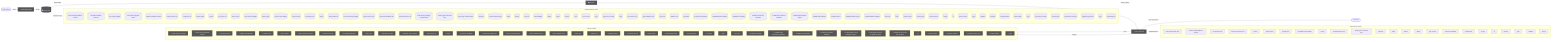
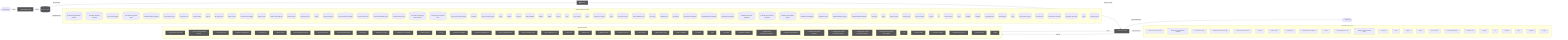
flowchart LR
  UserQ(["👤 User Query"])
  Embed["📐 Embedding Model"]
  VecDB[("📚 Vector Store")]
  Retriever["🔍 Retriever"]
  LLMNode["🧠 LLM / Generator"]
  Output(["✅ Response"])
  UserQ -->|query| Embed
  Embed -->|vector| VecDB
  VecDB -->|top-k chunks| Retriever
  Retriever -->|context + query| LLMNode
  LLMNode -->|generated answer| Output
  subgraph DetectedMemory["Detected memory stores"]
    det_detectedmemory_check_steering_feedback_contract_80134459[("check-steering-feedback-contract")]
    det_detectedmemory_normalize_workflow_contracts_8701f1c8[("normalize-workflow-contracts")]
    det_detectedmemory_sync_codex_preflight_7e7a8dc2[("sync-codex-preflight")]
    det_detectedmemory_test_harness_upgrade_matrix_84113c4e[("test-harness-upgrade-matrix")]
    det_detectedmemory_validate_workflow_contracts_33dc063c[("validate-workflow-contracts")]
    det_detectedmemory_branch_protect_core_a8feb0fd[("branch-protect-core")]
    det_detectedmemory_ci_migrate_core_7005b5af[("ci-migrate-core")]
    det_detectedmemory_context_health_80bb7da9[("context-health")]
    det_detectedmemory_context_ea7792a2[("context")]
    det_detectedmemory_docs_gate_core_eb9b6c18[("docs-gate-core")]
    det_detectedmemory_index_context_de3ed39d[("index-context")]
    det_detectedmemory_local_memory_preflight_dcc36c42[("local-memory-preflight")]
    det_detectedmemory_memory_gate_a577a506[("memory-gate")]
    det_detectedmemory_pattern_scope_siblings_43abe000[("pattern-scope-siblings")]
    det_detectedmemory_review_context_ca6cf81d[("review-context")]
    det_detectedmemory_review_gate_core_4c8001f9[("review-gate-core")]
    det_detectedmemory_search_24193290[("search")]
    det_detectedmemory_tooling_audit_core_328d6a41[("tooling-audit-core")]
    det_detectedmemory_run_local_memory_preflight_36e92808[("run-local-memory-preflight")]
    det_detectedmemory_branch_protect_sync_570adb18[("branch-protect-sync")]
    det_detectedmemory_command_capability_rules_ca3f496a[("command-capability-rules")]
    det_detectedmemory_command_specs_core_1c0ffc99[("command-specs-core")]
    det_detectedmemory_local_memory_preflight_command_spec_9e23f3ce[("local-memory-preflight-command-spec")]
    det_detectedmemory_memory_gate_command_spec_dc9001a9[("memory-gate-command-spec")]
    det_detectedmemory_review_gate_command_spec_3187376a[("review-gate-command-spec")]
    det_detectedmemory_constants_7517017f[("constants")]
    det_detectedmemory_context_compact_policy_3dcaf95d[("context-compact-policy")]
    det_detectedmemory_index_1bc04b52[("index")]
    det_detectedmemory_indexer_70fa78e5[("indexer")]
    det_detectedmemory_init_error_5c7dd49f[("init-error")]
    det_detectedmemory_lexical_fallback_723e2b3e[("lexical-fallback")]
    det_detectedmemory_ollama_76e3c7bf[("ollama")]
    det_detectedmemory_rollout_a4fa034c[("rollout")]
    det_detectedmemory_sources_878a52fc[("sources")]
    det_detectedmemory_store_824d80d7[("store")]
    det_detectedmemory_sync_contract_c79fa191[("sync-contract")]
    det_detectedmemory_types_4_822d0f88[("types")]
    det_detectedmemory_harness_run_context_ac7c77a9[("harness-run-context")]
    det_detectedmemory_index_1_faebc14e[("index")]
    det_detectedmemory_json_schema_core_96d7e328[("json-schema-core")]
    det_detectedmemory_policy_validators_core_714a3fe7[("policy-validators-core")]
    det_detectedmemory_types_core_e405ddca[("types-core")]
    det_detectedmemory_validator_core_4358f8ba[("validator-core")]
    det_detectedmemory_init_modes_c05ceb07[("init-modes")]
    det_detectedmemory_project_brain_templates_7ef51530[("project-brain-templates")]
    det_detectedmemory_scaffold_diagram_templates_dd88e83c[("scaffold-diagram-templates")]
    det_detectedmemory_scaffold_doc_templates_f6152330[("scaffold-doc-templates")]
    det_detectedmemory_scaffold_environment_templates_c1ceba6a[("scaffold-environment-templates")]
    det_detectedmemory_scaffold_root_command_templates_404fed7f[("scaffold-root-command-templates")]
    det_detectedmemory_scaffold_script_template_registry_69312d4e[("scaffold-script-template-registry")]
    det_detectedmemory_scaffold_shell_templates_0ad0f915[("scaffold-shell-templates")]
    det_detectedmemory_scaffold_surfaces_12d6494e[("scaffold-surfaces")]
    det_detectedmemory_scaffold_template_registry_b1cce2aa[("scaffold-template-registry")]
    det_detectedmemory_scaffold_workflow_template_92310587[("scaffold-workflow-template")]
    det_detectedmemory_eval_seed_5699fd3e[("eval-seed")]
    det_detectedmemory_index_4_013aa0e3[("index")]
    det_detectedmemory_review_context_1_e3afed15[("review-context")]
    det_detectedmemory_memory_gate_1_265164ac[("memory-gate")]
    det_detectedmemory_branch_enforcer_acb749cd[("branch-enforcer")]
    det_detectedmemory_cli_args_5_09ea29f0[("cli-args")]
    det_detectedmemory_cli_4_4efe97c7[("cli")]
    det_detectedmemory_metrics_tracker_98cec29c[("metrics-tracker")]
    det_detectedmemory_types_11_4be3ee64[("types")]
    det_detectedmemory_validator_4_5180cf23[("validator")]
    det_detectedmemory_classifier_fe1991a9[("classifier")]
    det_detectedmemory_tooling_baseline_50ab2eeb[("tooling-baseline")]
    det_detectedmemory_claim_helpers_20dc8387[("claim-helpers")]
    det_detectedmemory_types_16_0fae1112[("types")]
    det_detectedmemory_local_memory_smoke_1175abfc[("local-memory-smoke")]
    det_detectedmemory_local_memory_0db17ecc[("local-memory")]
    det_detectedmemory_performance_overload_c685bfcf[("performance-overload")]
    det_detectedmemory_suggestion_generator_0956f794[("suggestion-generator")]
    det_detectedmemory_types_23_4352ee2e[("types")]
    det_detectedmemory_overload_guard_2748c559[("overload-guard")]
  end
  VecDB -. "implemented by" .-> DetectedMemory
  subgraph DetectedLLM["Detected LLM clients"]
    det_detectedllm_check_codex_agent_roles_5bb2e89b["check-codex-agent-roles"]
    det_detectedllm_check_steering_feedback_contract_80134459["check-steering-feedback-contract"]
    det_detectedllm_run_harness_evals_77704768["run-harness-evals"]
+     det_detectedllm_validate_reviewer_coverage_251efee3["validate-reviewer-coverage"]
    det_detectedllm_check_environment_core_2c16213f["check-environment-core"]
    det_detectedllm_context_ea7792a2["context"]
    det_detectedllm_index_context_de3ed39d["index-context"]
    det_detectedllm_prompt_gate_c5e9d207["prompt-gate"]
    det_detectedllm_remediate_runner_helpers_929fedcc["remediate-runner-helpers"]
    det_detectedllm_search_24193290["search"]
    det_detectedllm_command_specs_core_1c0ffc99["command-specs-core"]
    det_detectedllm_prompt_gate_command_spec_9a941482["prompt-gate-command-spec"]
    det_detectedllm_constants_7517017f["constants"]
    det_detectedllm_index_1bc04b52["index"]
    det_detectedllm_indexer_70fa78e5["indexer"]
    det_detectedllm_ollama_76e3c7bf["ollama"]
    det_detectedllm_sync_contract_c79fa191["sync-contract"]
    det_detectedllm_north_star_validators_cfc926ce["north-star-validators"]
    det_detectedllm_sensitive_text_7c11f760["sensitive-text"]
    det_detectedllm_cli_args_9_9c136878["cli-args"]
    det_detectedllm_cli_8_e3a6ce03["cli"]
    det_detectedllm_sections_4697ef32["sections"]
    det_detectedllm_types_19_eb4ad5f0["types"]
    det_detectedllm_validator_6_3688adbf["validator"]
    det_detectedllm_cli_args_10_861cdd3f["cli-args"]
  end
  LLMNode -. "implemented by" .-> DetectedLLM
  subgraph DetectedTools["Agentic tool calls"]
    det_detectedtools_check_codex_agent_roles_5bb2e89b["🔧 check-codex-agent-roles"]
    det_detectedtools_check_steering_feedback_contract_80134459["🔧 check-steering-feedback-contract"]
    det_detectedtools_run_harness_evals_77704768["🔧 run-harness-evals"]
    det_detectedtools_validate_packaged_skill_5e32c890["🔧 validate-packaged-skill"]
    det_detectedtools_ci_migrate_core_7005b5af["🔧 ci-migrate-core"]
    det_detectedtools_doctor_checks_5a2eb2b9["🔧 doctor-checks"]
    det_detectedtools_doctor_github_tool_checks_a53b0382["🔧 doctor-github-tool-checks"]
    det_detectedtools_doctor_tool_checks_4acac51a["🔧 doctor-tool-checks"]
    det_detectedtools_next_blocked_decisions_4140ad2b["🔧 next-blocked-decisions"]
    det_detectedtools_policy_gate_213f7313["🔧 policy-gate"]
    det_detectedtools_remediate_cli_output_cc165396["🔧 remediate-cli-output"]
    det_detectedtools_remediate_runner_helpers_929fedcc["🔧 remediate-runner-helpers"]
    det_detectedtools_review_gate_core_4c8001f9["🔧 review-gate-core"]
    det_detectedtools_cli_args_1_6144b055["🔧 cli-args"]
    det_detectedtools_command_capabilities_a4d5c71e["🔧 command-capabilities"]
    det_detectedtools_command_capability_rules_ca3f496a["🔧 command-capability-rules"]
    det_detectedtools_linear_command_actions_e430f4f4["🔧 linear-command-actions"]
    det_detectedtools_linear_command_runner_4a740dfc["🔧 linear-command-runner"]
    det_detectedtools_policy_validators_core_714a3fe7["🔧 policy-validators-core"]
    det_detectedtools_types_core_e405ddca["🔧 types-core"]
    det_detectedtools_validator_core_4358f8ba["🔧 validator-core"]
    det_detectedtools_validator_helpers_7b927667["🔧 validator-helpers"]
    det_detectedtools_he_phase_exit_core_1148895b["🔧 he-phase-exit-core"]
    det_detectedtools_ralph_runtime_73d63c0e["🔧 ralph-runtime"]
    det_detectedtools_observed_skill_usage_ed7d5930["🔧 observed-skill-usage"]
    det_detectedtools_closure_evidence_aaa31467["🔧 closure-evidence"]
    det_detectedtools_pr_creator_dc6b1ea4["🔧 pr-creator"]
    det_detectedtools_client_948fe603["🔧 client"]
    det_detectedtools_init_output_360dce91["🔧 init-output"]
    det_detectedtools_scaffold_ci_templates_2afd6392["🔧 scaffold-ci-templates"]
    det_detectedtools_scaffold_codex_environment_templates_334fbbed["🔧 scaffold-codex-environment-templates"]
    det_detectedtools_scaffold_config_templates_4b80ce53["🔧 scaffold-config-templates"]
    det_detectedtools_scaffold_environment_templates_c1ceba6a["🔧 scaffold-environment-templates"]
    det_detectedtools_scaffold_github_actions_pr_pipeline_renderer_1ee18de5["🔧 scaffold-github-actions-pr-pipeline-renderer"]
    det_detectedtools_scaffold_github_actions_pr_pipeline_template_e2b85f62["🔧 scaffold-github-actions-pr-pipeline-template"]
    det_detectedtools_scaffold_release_private_npm_template_075499f8["🔧 scaffold-release-private-npm-template"]
    det_detectedtools_cli_4_4efe97c7["🔧 cli"]
    det_detectedtools_metrics_tracker_98cec29c["🔧 metrics-tracker"]
    det_detectedtools_normalise_renderer_85f2e563["🔧 normalise-renderer"]
    det_detectedtools_evaluation_engine_core_e054fe49["🔧 evaluation-engine-core"]
    det_detectedtools_tooling_baseline_50ab2eeb["🔧 tooling-baseline"]
    det_detectedtools_types_25_89d086aa["🔧 types"]
  end
  LLMNode -->|tool use| DetectedTools
  DetectedTools -->|result| LLMNode
  classDef memNode fill:#555,color:#fff
  class VecDB,Retriever memNode
  classDef llmNode fill:#555,color:#fff
  class LLMNode,Embed llmNode
  classDef toolNode fill:#555,color:#fff
  class det_detectedtools_check_codex_agent_roles_5bb2e89b,det_detectedtools_check_steering_feedback_contract_80134459,det_detectedtools_run_harness_evals_77704768,det_detectedtools_validate_packaged_skill_5e32c890,det_detectedtools_ci_migrate_core_7005b5af,det_detectedtools_doctor_checks_5a2eb2b9,det_detectedtools_doctor_github_tool_checks_a53b0382,det_detectedtools_doctor_tool_checks_4acac51a,det_detectedtools_next_blocked_decisions_4140ad2b,det_detectedtools_policy_gate_213f7313,det_detectedtools_remediate_cli_output_cc165396,det_detectedtools_remediate_runner_helpers_929fedcc,det_detectedtools_review_gate_core_4c8001f9,det_detectedtools_cli_args_1_6144b055,det_detectedtools_command_capabilities_a4d5c71e,det_detectedtools_command_capability_rules_ca3f496a,det_detectedtools_linear_command_actions_e430f4f4,det_detectedtools_linear_command_runner_4a740dfc,det_detectedtools_policy_validators_core_714a3fe7,det_detectedtools_types_core_e405ddca,det_detectedtools_validator_core_4358f8ba,det_detectedtools_validator_helpers_7b927667,det_detectedtools_he_phase_exit_core_1148895b,det_detectedtools_ralph_runtime_73d63c0e,det_detectedtools_observed_skill_usage_ed7d5930,det_detectedtools_closure_evidence_aaa31467,det_detectedtools_pr_creator_dc6b1ea4,det_detectedtools_client_948fe603,det_detectedtools_init_output_360dce91,det_detectedtools_scaffold_ci_templates_2afd6392,det_detectedtools_scaffold_codex_environment_templates_334fbbed,det_detectedtools_scaffold_config_templates_4b80ce53,det_detectedtools_scaffold_environment_templates_c1ceba6a,det_detectedtools_scaffold_github_actions_pr_pipeline_renderer_1ee18de5,det_detectedtools_scaffold_github_actions_pr_pipeline_template_e2b85f62,det_detectedtools_scaffold_release_private_npm_template_075499f8,det_detectedtools_cli_4_4efe97c7,det_detectedtools_metrics_tracker_98cec29c,det_detectedtools_normalise_renderer_85f2e563,det_detectedtools_evaluation_engine_core_e054fe49,det_detectedtools_tooling_baseline_50ab2eeb,det_detectedtools_types_25_89d086aa toolNode
